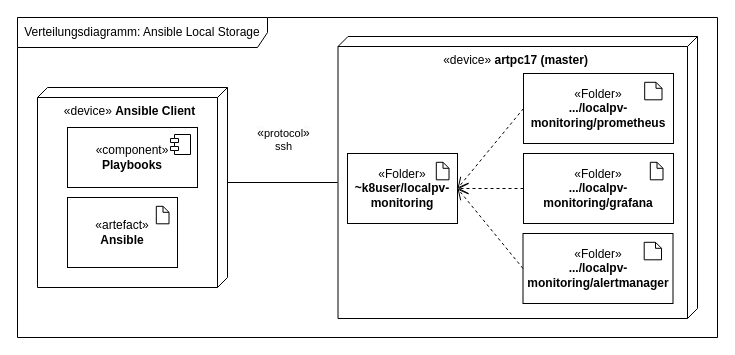
This is dd-ansible-localstorage.drawio from pogii123/drawio-charts, a draw.io file, before an edit. Source tidied: cells renumbered, new cells numbered last; positions are measured from the earlier drawing's top-left corner, leaving out a move shared by most shapes. Both pictures are drawn from the tidied source at 100%, with x=0, y=0 at pixel (17, 17).
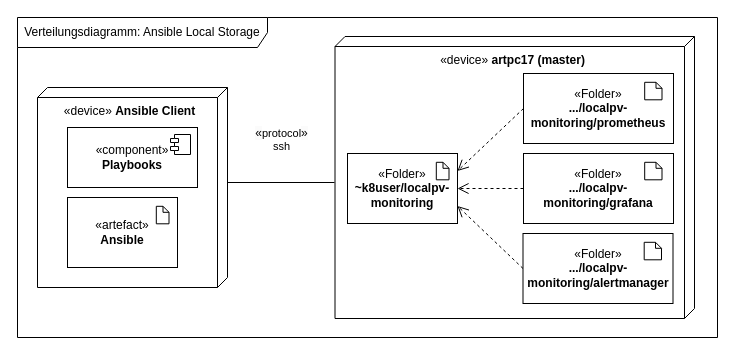
After the change.

Unchanged cells that the change refers to:
```xml
<mxCell id="13" value="«Folder»&lt;br&gt;&lt;b&gt;~k8user/localpv-monitoring&lt;/b&gt;" style="html=1;whiteSpace=wrap;" parent="12" vertex="1">
  <mxGeometry width="110" height="70" as="geometry" />
</mxCell>
<mxCell id="16" value="«Folder»&lt;br&gt;&lt;b&gt;.../localpv-monitoring/alertmanager&lt;/b&gt;" style="html=1;whiteSpace=wrap;" parent="15" vertex="1">
  <mxGeometry width="150" height="70" as="geometry" />
</mxCell>
<mxCell id="18" style="group;" parent="1" vertex="1">
  <mxGeometry x="526" y="136" width="130" height="70" as="geometry" />
</mxCell>
<mxCell id="22" value="«Folder»&lt;br&gt;&lt;b&gt;.../localpv-monitoring/prometheus&lt;/b&gt;" style="html=1;whiteSpace=wrap;" parent="21" vertex="1">
  <mxGeometry width="150" height="70" as="geometry" />
</mxCell>
```

Change to the diagram source:
```diff
@@
     <mxCell id="11" value="«device»&amp;nbsp;&lt;b&gt;artpc17 (master)&lt;/b&gt;" style="verticalAlign=top;align=center;shape=cube;size=10;direction=south;html=1;boundedLbl=1;spacingLeft=5;whiteSpace=wrap;" parent="1" vertex="1">
-      <mxGeometry x="320.5" y="19" width="359.5" height="282" as="geometry" />
+      <mxGeometry x="317.5" y="19" width="359.5" height="282" as="geometry" />
     </mxCell>
@@
-    <mxCell id="20" style="shape=note2;boundedLbl=1;whiteSpace=wrap;html=1;size=6;verticalAlign=top;align=left;spacingLeft=5;" parent="18" vertex="1">
-      <mxGeometry x="106.8" y="8.8" width="12.7" height="17.5" as="geometry" />
-    </mxCell>
+    <mxCell id="27" style="shape=note2;boundedLbl=1;whiteSpace=wrap;html=1;size=6;verticalAlign=top;align=left;spacingLeft=5;" parent="18" vertex="1">
+      <mxGeometry x="101.2" y="8.8" width="17.3" height="17.5" as="geometry" />
+    </mxCell>
@@
-    <mxCell id="24" style="rounded=0;jettySize=auto;html=1;exitX=0;exitY=0.5;exitDx=0;exitDy=0;entryX=1;entryY=0.5;entryDx=0;entryDy=0;dashed=1;endArrow=open;endFill=0;strokeWidth=1;endSize=9;startSize=6;" parent="1" edge="1" source="22" target="13">
+    <mxCell id="24" style="rounded=0;jettySize=auto;html=1;exitX=0;exitY=0.5;exitDx=0;exitDy=0;entryX=1;entryY=0.25;entryDx=0;entryDy=0;dashed=1;endArrow=open;endFill=0;strokeWidth=1;endSize=9;startSize=6;" parent="1" edge="1" source="22" target="13">
       <mxGeometry relative="1" as="geometry" />
     </mxCell>
@@
-    <mxCell id="26" style="rounded=0;jettySize=auto;html=1;exitX=0;exitY=0.5;exitDx=0;exitDy=0;entryX=1;entryY=0.5;entryDx=0;entryDy=0;dashed=1;endArrow=open;endFill=0;strokeWidth=1;endSize=9;startSize=6;" parent="1" edge="1" source="16" target="13">
+    <mxCell id="26" style="rounded=0;jettySize=auto;html=1;exitX=0;exitY=0.5;exitDx=0;exitDy=0;dashed=1;endArrow=open;endFill=0;strokeWidth=1;endSize=9;startSize=6;entryX=1;entryY=0.75;entryDx=0;entryDy=0;" parent="1" edge="1" source="16" target="13">
       <mxGeometry relative="1" as="geometry" />
     </mxCell>
```
